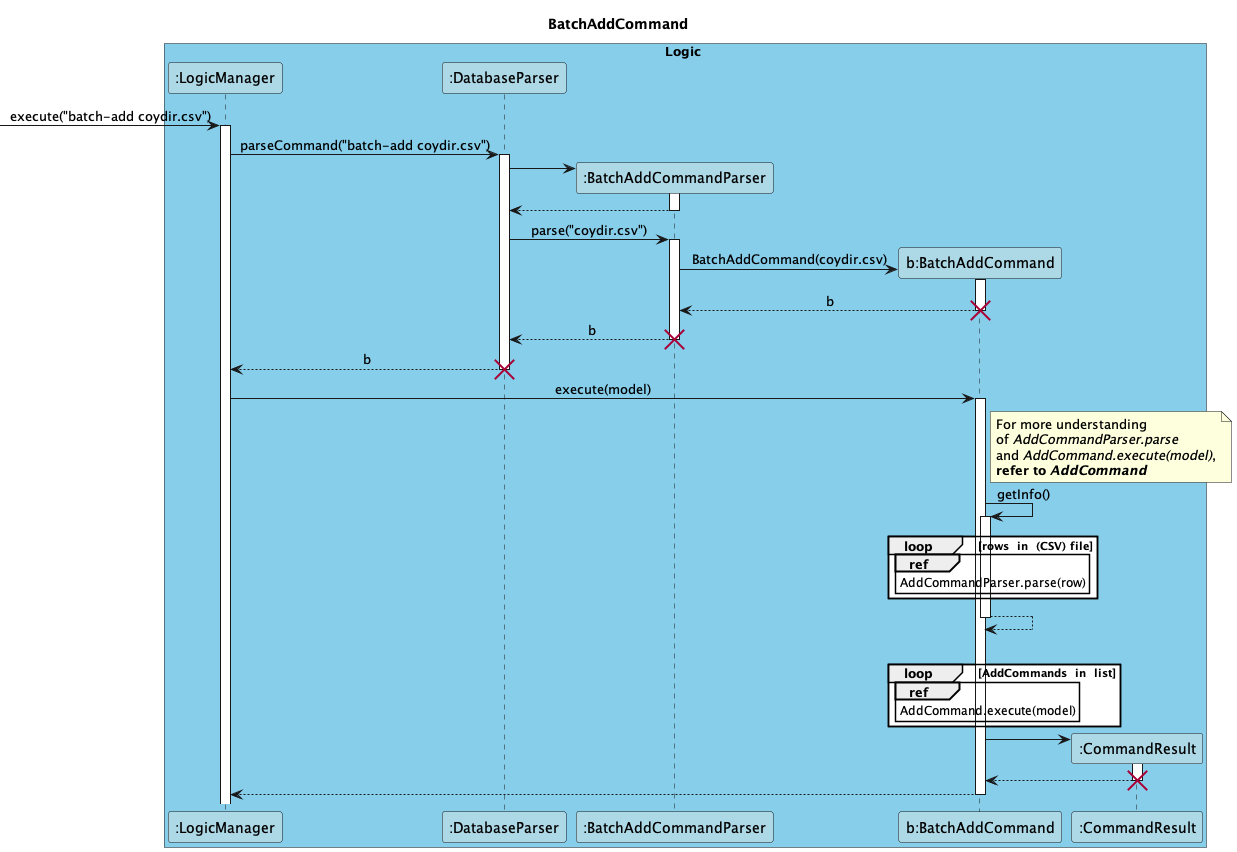
Earlier version of the PlantUML export docs/images/diagrams/BatchAddUML.png (nus-cs2103-AY2223S1/tp).
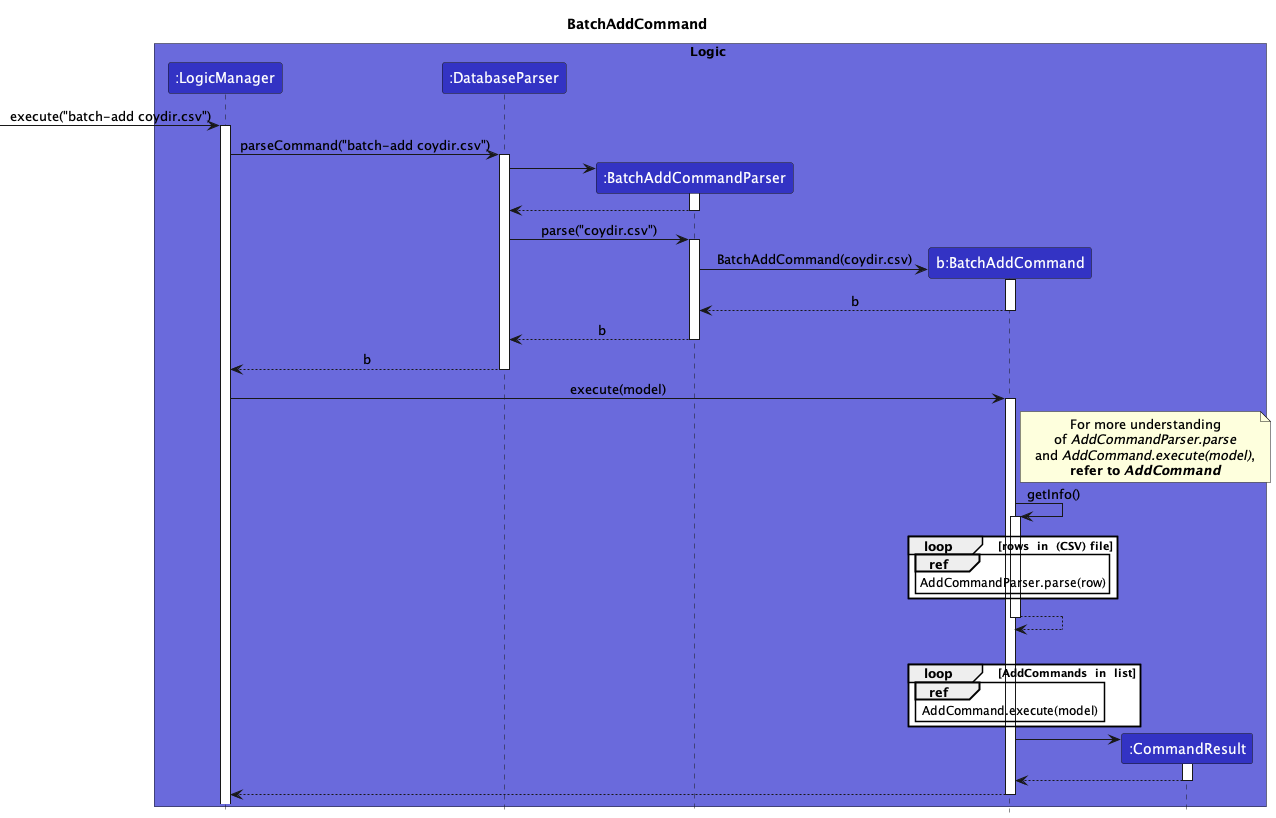
After the commit.

Commit message:
Edit diagram and puncuation

The edit, as a diff of the source:
```diff
@@ -34,15 +34,12 @@
 
 BatchAddCommand --> BatchAddCommandParser : b
 deactivate BatchAddCommand
-destroy BatchAddCommand
 
 BatchAddCommandParser --> DatabaseParser : b
 deactivate BatchAddCommandParser
-destroy BatchAddCommandParser
 
 DatabaseParser --> LogicManager : b
 deactivate DatabaseParser
-destroy DatabaseParser
 
 LogicManager -> BatchAddCommand : execute(model)
 activate BatchAddCommand
@@ -77,7 +74,6 @@
 
 CommandResult --> BatchAddCommand
 deactivate CommandResult
-destroy CommandResult
 
 BatchAddCommand --> LogicManager
 deactivate BatchAddCommand
```
